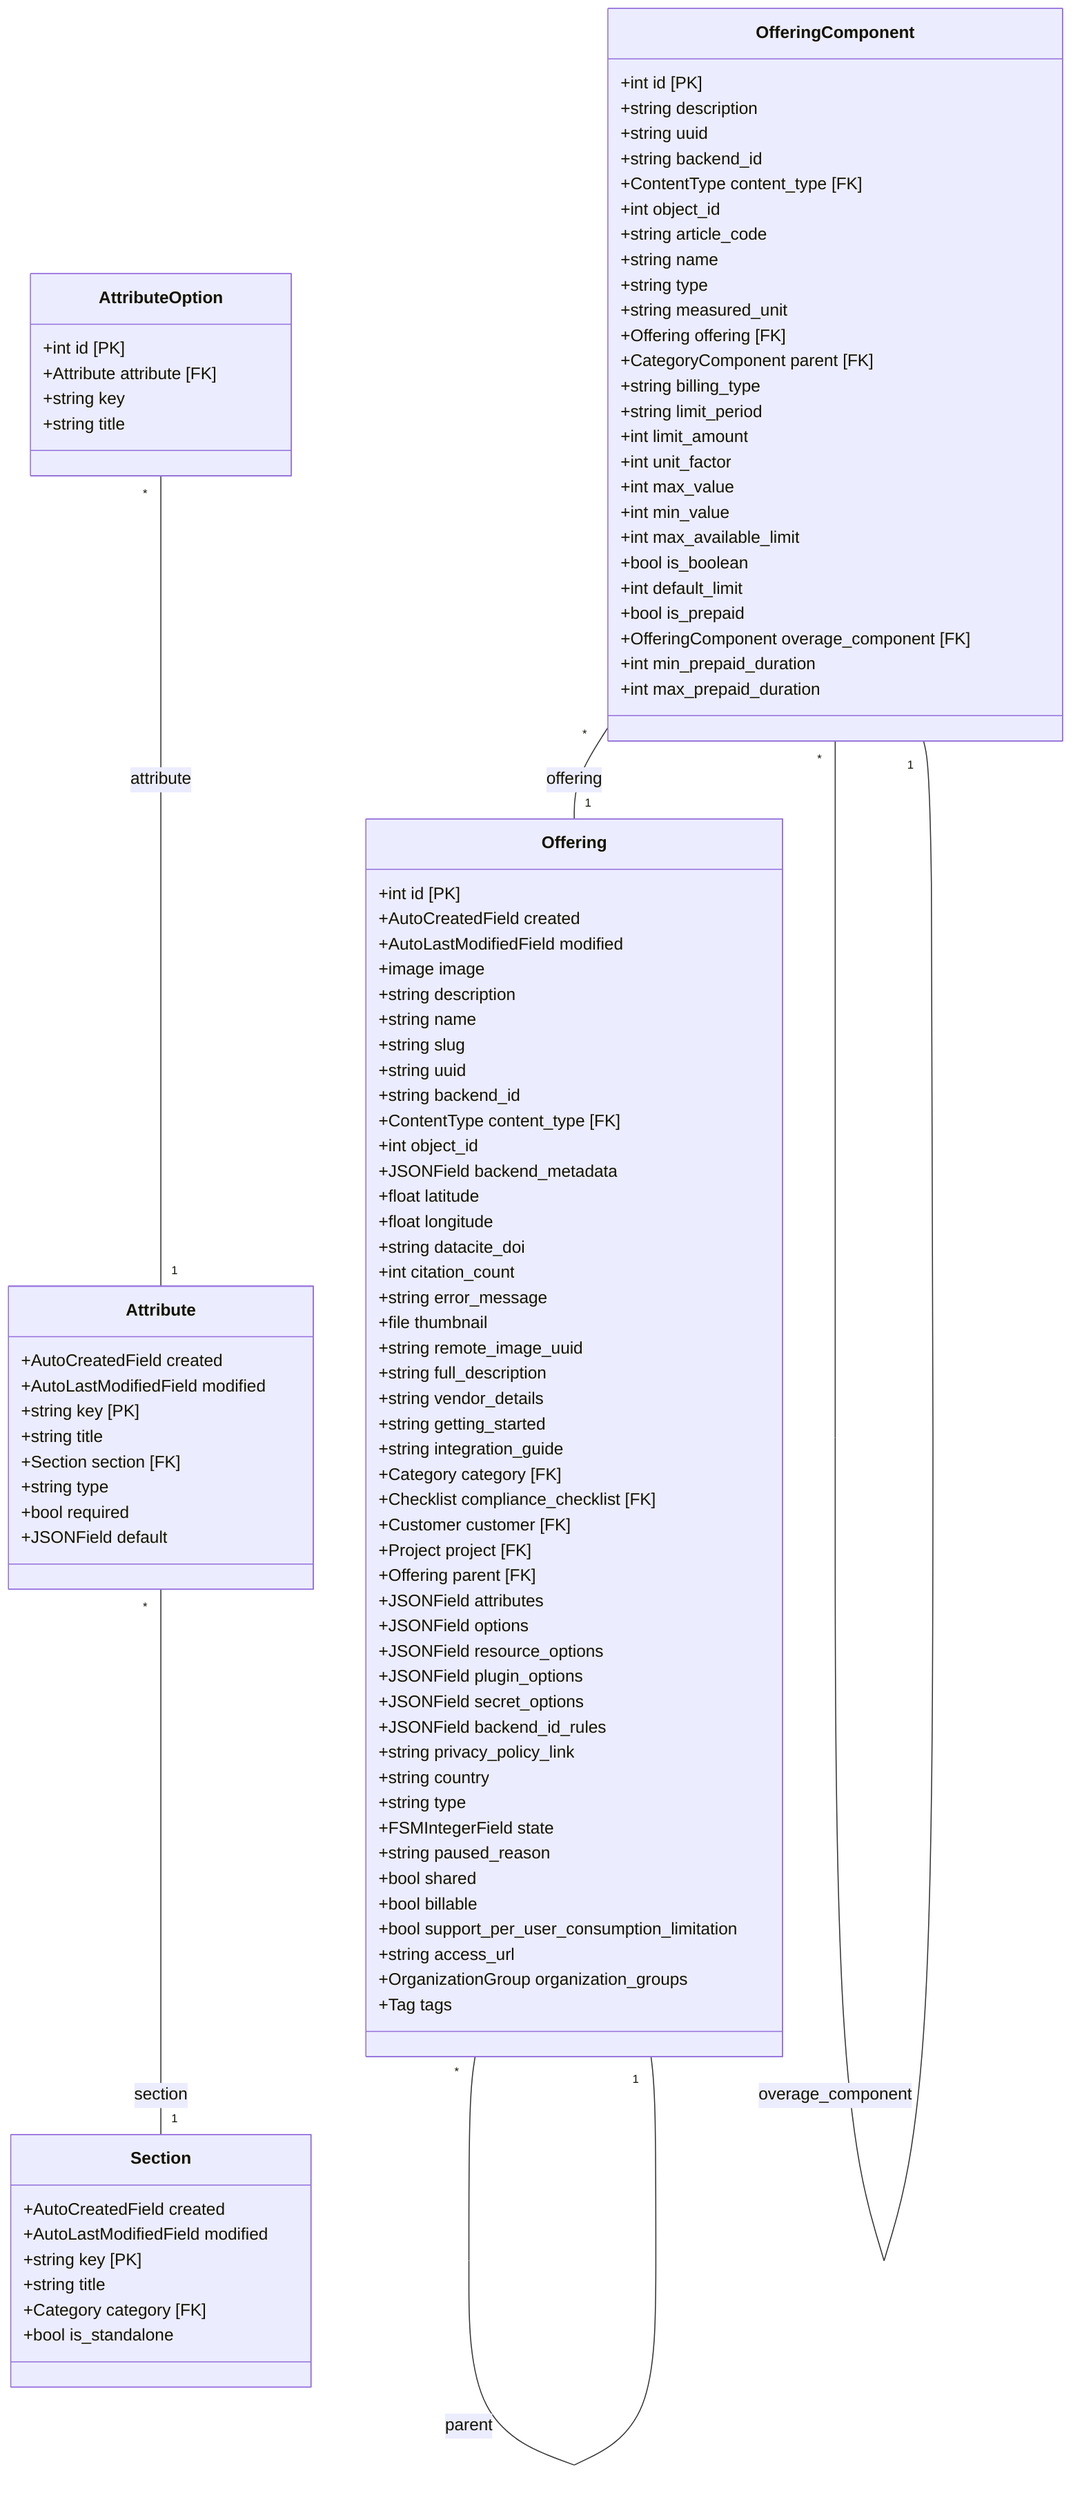
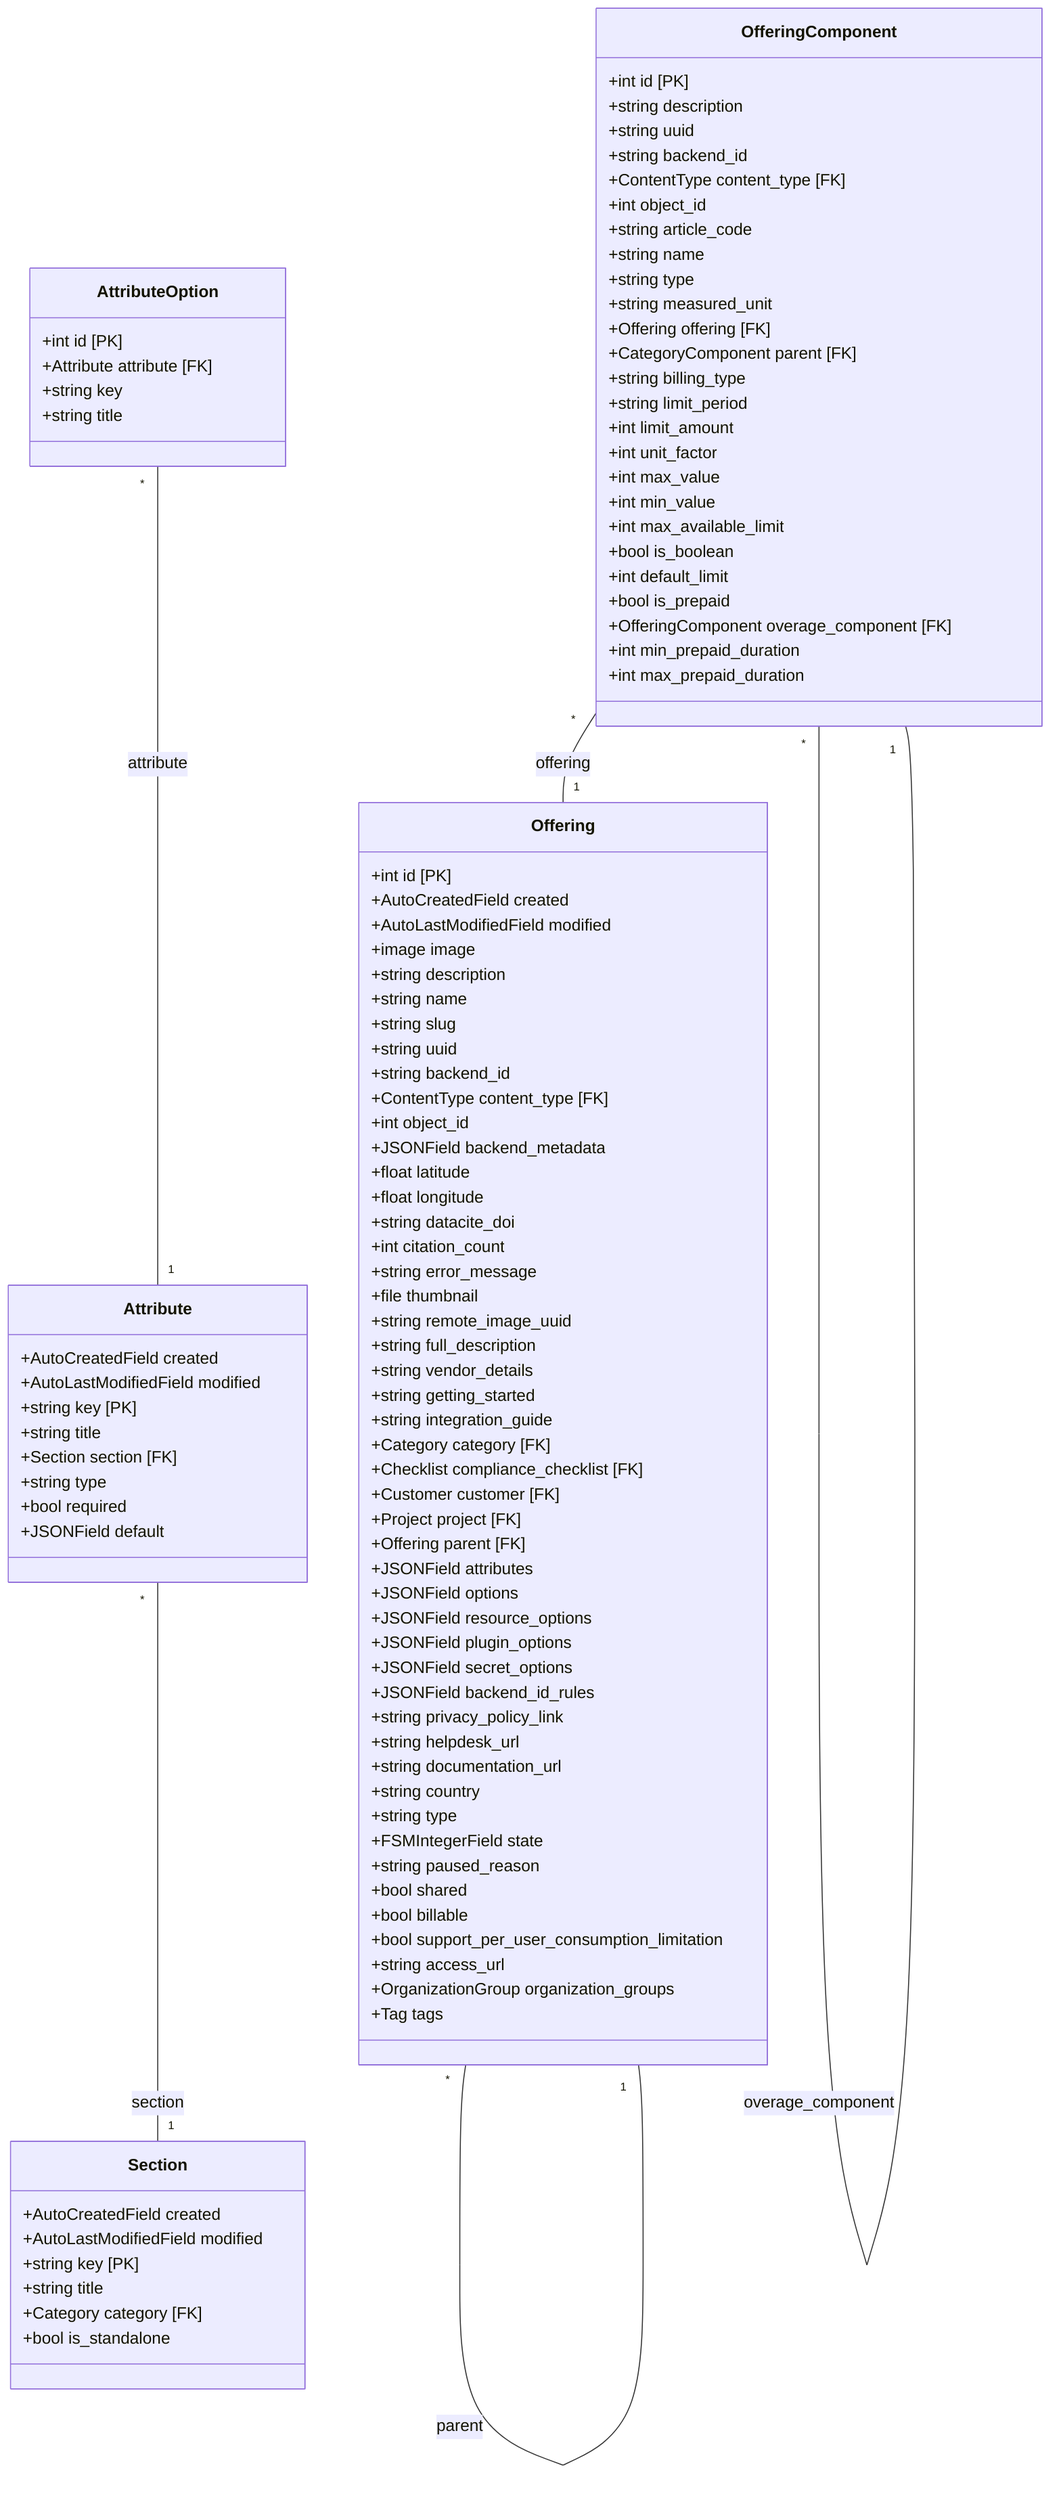
classDiagram
    direction TB
    class Section {
        +AutoCreatedField created
        +AutoLastModifiedField modified
        +string key [PK]
        +string title
        +Category category [FK]
        +bool is_standalone
    }
    class Attribute {
        +AutoCreatedField created
        +AutoLastModifiedField modified
        +string key [PK]
        +string title
        +Section section [FK]
        +string type
        +bool required
        +JSONField default
    }
    class AttributeOption {
        +int id [PK]
        +Attribute attribute [FK]
        +string key
        +string title
    }
    class Offering {
        +int id [PK]
        +AutoCreatedField created
        +AutoLastModifiedField modified
        +image image
        +string description
        +string name
        +string slug
        +string uuid
        +string backend_id
        +ContentType content_type [FK]
        +int object_id
        +JSONField backend_metadata
        +float latitude
        +float longitude
        +string datacite_doi
        +int citation_count
        +string error_message
        +file thumbnail
        +string remote_image_uuid
        +string full_description
        +string vendor_details
        +string getting_started
        +string integration_guide
        +Category category [FK]
        +Checklist compliance_checklist [FK]
        +Customer customer [FK]
        +Project project [FK]
        +Offering parent [FK]
        +JSONField attributes
        +JSONField options
        +JSONField resource_options
        +JSONField plugin_options
        +JSONField secret_options
        +JSONField backend_id_rules
        +string privacy_policy_link
+         +string helpdesk_url
+         +string documentation_url
        +string country
        +string type
        +FSMIntegerField state
        +string paused_reason
        +bool shared
        +bool billable
        +bool support_per_user_consumption_limitation
        +string access_url
        +OrganizationGroup organization_groups
        +Tag tags
    }
    class OfferingComponent {
        +int id [PK]
        +string description
        +string uuid
        +string backend_id
        +ContentType content_type [FK]
        +int object_id
        +string article_code
        +string name
        +string type
        +string measured_unit
        +Offering offering [FK]
        +CategoryComponent parent [FK]
        +string billing_type
        +string limit_period
        +int limit_amount
        +int unit_factor
        +int max_value
        +int min_value
        +int max_available_limit
        +bool is_boolean
        +int default_limit
        +bool is_prepaid
        +OfferingComponent overage_component [FK]
        +int min_prepaid_duration
        +int max_prepaid_duration
    }
    Attribute "*" -- "1" Section : section
    AttributeOption "*" -- "1" Attribute : attribute
    Offering "*" -- "1" Offering : parent
    OfferingComponent "*" -- "1" Offering : offering
    OfferingComponent "*" -- "1" OfferingComponent : overage_component